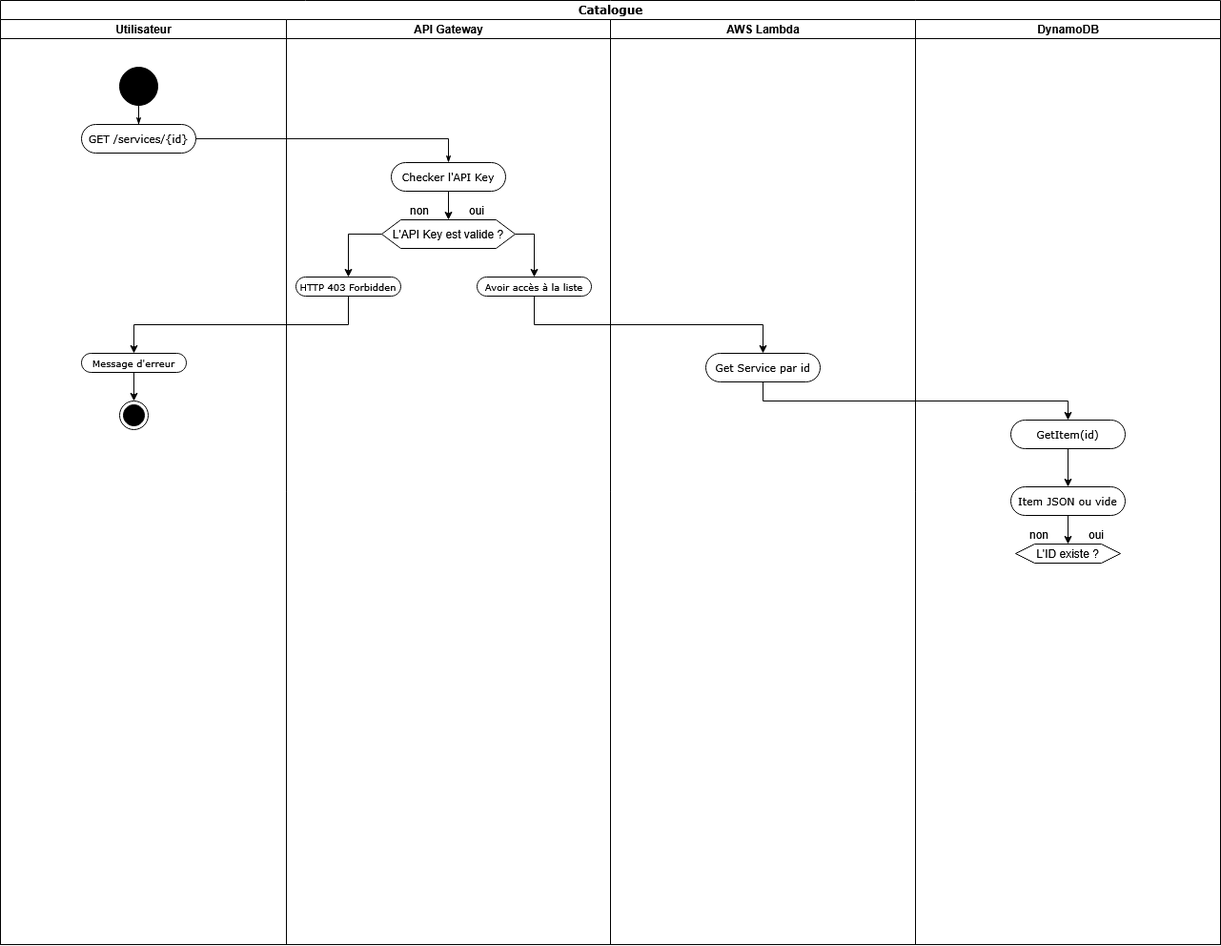
Above: UML_Diagrams/Activity_Diagram.drawio.png in hafsaa22/API_REST_Serverless (draw.io), before the change. Source tidied: cells renumbered, new cells last; positions are measured from the earlier drawing's top-left corner, leaving out a move shared by most shapes. The source it was exported from:
```xml
<mxGraphModel>
  <root>
    <mxCell id="0" />
    <mxCell id="1" parent="0" />
    <mxCell id="2" value="Catalogue" style="swimlane;html=1;startSize=20;rounded=0;shadow=0;comic=0;labelBackgroundColor=none;strokeWidth=1;fontFamily=Verdana;fontSize=12;align=center;" parent="1" vertex="1">
      <mxGeometry width="1280" height="990" as="geometry" />
    </mxCell>
    <mxCell id="3" value="Utilisateur" style="swimlane;html=1;startSize=20;" parent="2" vertex="1">
      <mxGeometry y="20" width="300" height="970" as="geometry" />
    </mxCell>
    <mxCell id="4" style="ellipse;whiteSpace=wrap;html=1;rounded=0;shadow=0;comic=0;labelBackgroundColor=none;strokeWidth=1;fillColor=#000000;fontFamily=Verdana;fontSize=12;align=center;" parent="3" vertex="1">
      <mxGeometry x="125" y="50" width="40" height="40" as="geometry" />
    </mxCell>
    <mxCell id="5" value="GET /services/{id}" style="rounded=1;whiteSpace=wrap;html=1;shadow=0;comic=0;labelBackgroundColor=none;strokeWidth=1;fontFamily=Verdana;fontSize=11;align=center;arcSize=50;" parent="3" vertex="1">
      <mxGeometry x="85" y="110" width="120" height="30" as="geometry" />
    </mxCell>
    <mxCell id="6" style="edgeStyle=orthogonalEdgeStyle;rounded=0;html=1;labelBackgroundColor=none;startArrow=none;startFill=0;startSize=5;endArrow=classicThin;endFill=1;endSize=5;jettySize=auto;strokeWidth=1;fontFamily=Verdana;fontSize=12;" parent="3" edge="1" source="4" target="5">
      <mxGeometry relative="1" as="geometry" />
    </mxCell>
    <mxCell id="7" style="edgeStyle=orthogonalEdgeStyle;rounded=0;jettySize=auto;html=1;exitX=0.5;exitY=1;exitDx=0;exitDy=0;entryX=0.5;entryY=0;entryDx=0;entryDy=0;" parent="3" edge="1" source="8" target="9">
      <mxGeometry relative="1" as="geometry" />
    </mxCell>
    <mxCell id="8" value="Message d'erreur" style="rounded=1;whiteSpace=wrap;html=1;shadow=0;comic=0;labelBackgroundColor=none;strokeWidth=1;fontFamily=Verdana;fontSize=10;align=center;arcSize=50;" parent="3" vertex="1">
      <mxGeometry x="85" y="350" width="110" height="20" as="geometry" />
    </mxCell>
    <mxCell id="9" style="ellipse;html=1;shape=endState;fillColor=#000000;strokeColor=#000000;" parent="3" vertex="1">
      <mxGeometry x="125" y="400" width="30" height="30" as="geometry" />
    </mxCell>
    <mxCell id="10" value="API Gateway" style="swimlane;html=1;startSize=20;" parent="2" vertex="1">
      <mxGeometry x="300" y="20" width="340" height="970" as="geometry" />
    </mxCell>
    <mxCell id="11" style="edgeStyle=orthogonalEdgeStyle;rounded=0;jettySize=auto;html=1;exitX=0.5;exitY=1;exitDx=0;exitDy=0;entryX=0.5;entryY=0;entryDx=0;entryDy=0;" parent="10" edge="1" source="12" target="15">
      <mxGeometry relative="1" as="geometry" />
    </mxCell>
    <mxCell id="12" value="Checker l'API Key" style="rounded=1;whiteSpace=wrap;html=1;shadow=0;comic=0;labelBackgroundColor=none;strokeWidth=1;fontFamily=Verdana;fontSize=11;align=center;arcSize=50;" parent="10" vertex="1">
      <mxGeometry x="110" y="150" width="120" height="30" as="geometry" />
    </mxCell>
    <mxCell id="13" style="edgeStyle=orthogonalEdgeStyle;rounded=0;jettySize=auto;html=1;exitX=0;exitY=0.5;exitDx=0;exitDy=0;entryX=0.5;entryY=0;entryDx=0;entryDy=0;" parent="10" edge="1" source="15" target="18">
      <mxGeometry relative="1" as="geometry">
        <Array as="points">
          <mxPoint x="65" y="225" />
        </Array>
      </mxGeometry>
    </mxCell>
    <mxCell id="14" style="edgeStyle=orthogonalEdgeStyle;rounded=0;jettySize=auto;html=1;exitX=1;exitY=0.5;exitDx=0;exitDy=0;entryX=0.5;entryY=0;entryDx=0;entryDy=0;" parent="10" edge="1" source="15" target="19">
      <mxGeometry relative="1" as="geometry" />
    </mxCell>
    <mxCell id="15" value="L'API Key est valide ?" style="shape=hexagon;perimeter=hexagonPerimeter2;whiteSpace=wrap;html=1;fixedSize=1;" parent="10" vertex="1">
      <mxGeometry x="100" y="210" width="140" height="30" as="geometry" />
    </mxCell>
    <mxCell id="16" value="non" style="text;html=1;whiteSpace=wrap;strokeColor=none;fillColor=none;align=center;verticalAlign=middle;rounded=0;" parent="10" vertex="1">
      <mxGeometry x="120" y="190" width="40" height="20" as="geometry" />
    </mxCell>
    <mxCell id="17" value="oui" style="text;html=1;whiteSpace=wrap;strokeColor=none;fillColor=none;align=center;verticalAlign=middle;rounded=0;" parent="10" vertex="1">
      <mxGeometry x="180" y="190" width="40" height="20" as="geometry" />
    </mxCell>
    <mxCell id="18" value="HTTP 403 Forbidden" style="rounded=1;whiteSpace=wrap;html=1;shadow=0;comic=0;labelBackgroundColor=none;strokeWidth=1;fontFamily=Verdana;fontSize=10;align=center;arcSize=50;" parent="10" vertex="1">
      <mxGeometry x="10" y="270" width="110" height="20" as="geometry" />
    </mxCell>
    <mxCell id="19" value="Avoir accès à la liste" style="rounded=1;whiteSpace=wrap;html=1;shadow=0;comic=0;labelBackgroundColor=none;strokeWidth=1;fontFamily=Verdana;fontSize=10;align=center;arcSize=50;" parent="10" vertex="1">
      <mxGeometry x="200" y="270" width="120" height="20" as="geometry" />
    </mxCell>
    <mxCell id="20" style="edgeStyle=orthogonalEdgeStyle;rounded=0;html=1;labelBackgroundColor=none;startArrow=none;startFill=0;startSize=5;endArrow=classicThin;endFill=1;endSize=5;jettySize=auto;strokeWidth=1;fontFamily=Verdana;fontSize=12;entryX=0.5;entryY=0;entryDx=0;entryDy=0;" parent="2" edge="1" source="5" target="12">
      <mxGeometry relative="1" as="geometry">
        <Array as="points">
          <mxPoint x="470" y="145" />
        </Array>
      </mxGeometry>
    </mxCell>
    <mxCell id="21" value="AWS Lambda" style="swimlane;html=1;startSize=20;" parent="2" vertex="1">
      <mxGeometry x="640" y="20" width="320" height="970" as="geometry" />
    </mxCell>
    <mxCell id="22" value="Get Service par id" style="rounded=1;whiteSpace=wrap;html=1;shadow=0;comic=0;labelBackgroundColor=none;strokeWidth=1;fontFamily=Verdana;fontSize=11;align=center;arcSize=50;" parent="21" vertex="1">
      <mxGeometry x="100" y="350" width="120" height="30" as="geometry" />
    </mxCell>
    <mxCell id="23" value="DynamoDB" style="swimlane;html=1;startSize=20;" parent="2" vertex="1">
      <mxGeometry x="960" y="20" width="320" height="970" as="geometry" />
    </mxCell>
    <mxCell id="24" style="edgeStyle=orthogonalEdgeStyle;rounded=0;jettySize=auto;html=1;exitX=0.5;exitY=1;exitDx=0;exitDy=0;entryX=0.5;entryY=0;entryDx=0;entryDy=0;" parent="23" edge="1" source="25" target="27">
      <mxGeometry relative="1" as="geometry" />
    </mxCell>
    <mxCell id="25" value="GetItem(id)" style="rounded=1;whiteSpace=wrap;html=1;shadow=0;comic=0;labelBackgroundColor=none;strokeWidth=1;fontFamily=Verdana;fontSize=11;align=center;arcSize=50;" parent="23" vertex="1">
      <mxGeometry x="100" y="420" width="120" height="30" as="geometry" />
    </mxCell>
    <mxCell id="26" style="edgeStyle=orthogonalEdgeStyle;rounded=0;jettySize=auto;html=1;exitX=0.5;exitY=1;exitDx=0;exitDy=0;entryX=0.5;entryY=0;entryDx=0;entryDy=0;" parent="23" edge="1" source="27" target="28">
      <mxGeometry relative="1" as="geometry" />
    </mxCell>
    <mxCell id="27" value="Item JSON ou vide" style="rounded=1;whiteSpace=wrap;html=1;shadow=0;comic=0;labelBackgroundColor=none;strokeWidth=1;fontFamily=Verdana;fontSize=11;align=center;arcSize=50;" parent="23" vertex="1">
      <mxGeometry x="100" y="490" width="120" height="30" as="geometry" />
    </mxCell>
    <mxCell id="28" value="L'ID existe ?" style="shape=hexagon;perimeter=hexagonPerimeter2;whiteSpace=wrap;html=1;fixedSize=1;" parent="23" vertex="1">
      <mxGeometry x="105" y="550" width="110" height="20" as="geometry" />
    </mxCell>
    <mxCell id="29" value="non" style="text;html=1;whiteSpace=wrap;strokeColor=none;fillColor=none;align=center;verticalAlign=middle;rounded=0;" parent="23" vertex="1">
      <mxGeometry x="110" y="530" width="40" height="20" as="geometry" />
    </mxCell>
    <mxCell id="30" value="oui" style="text;html=1;whiteSpace=wrap;strokeColor=none;fillColor=none;align=center;verticalAlign=middle;rounded=0;" parent="23" vertex="1">
      <mxGeometry x="170" y="530" width="40" height="20" as="geometry" />
    </mxCell>
    <mxCell id="31" style="edgeStyle=orthogonalEdgeStyle;rounded=0;jettySize=auto;html=1;exitX=0.5;exitY=1;exitDx=0;exitDy=0;entryX=0.5;entryY=0;entryDx=0;entryDy=0;" parent="2" edge="1" source="18" target="8">
      <mxGeometry relative="1" as="geometry" />
    </mxCell>
    <mxCell id="32" style="edgeStyle=orthogonalEdgeStyle;rounded=0;jettySize=auto;html=1;exitX=0.5;exitY=1;exitDx=0;exitDy=0;entryX=0.5;entryY=0;entryDx=0;entryDy=0;" parent="2" edge="1" source="19" target="22">
      <mxGeometry relative="1" as="geometry" />
    </mxCell>
    <mxCell id="33" style="edgeStyle=orthogonalEdgeStyle;rounded=0;jettySize=auto;html=1;exitX=0.5;exitY=1;exitDx=0;exitDy=0;entryX=0.5;entryY=0;entryDx=0;entryDy=0;" parent="2" edge="1" source="22" target="25">
      <mxGeometry relative="1" as="geometry" />
    </mxCell>
  </root>
</mxGraphModel>
```
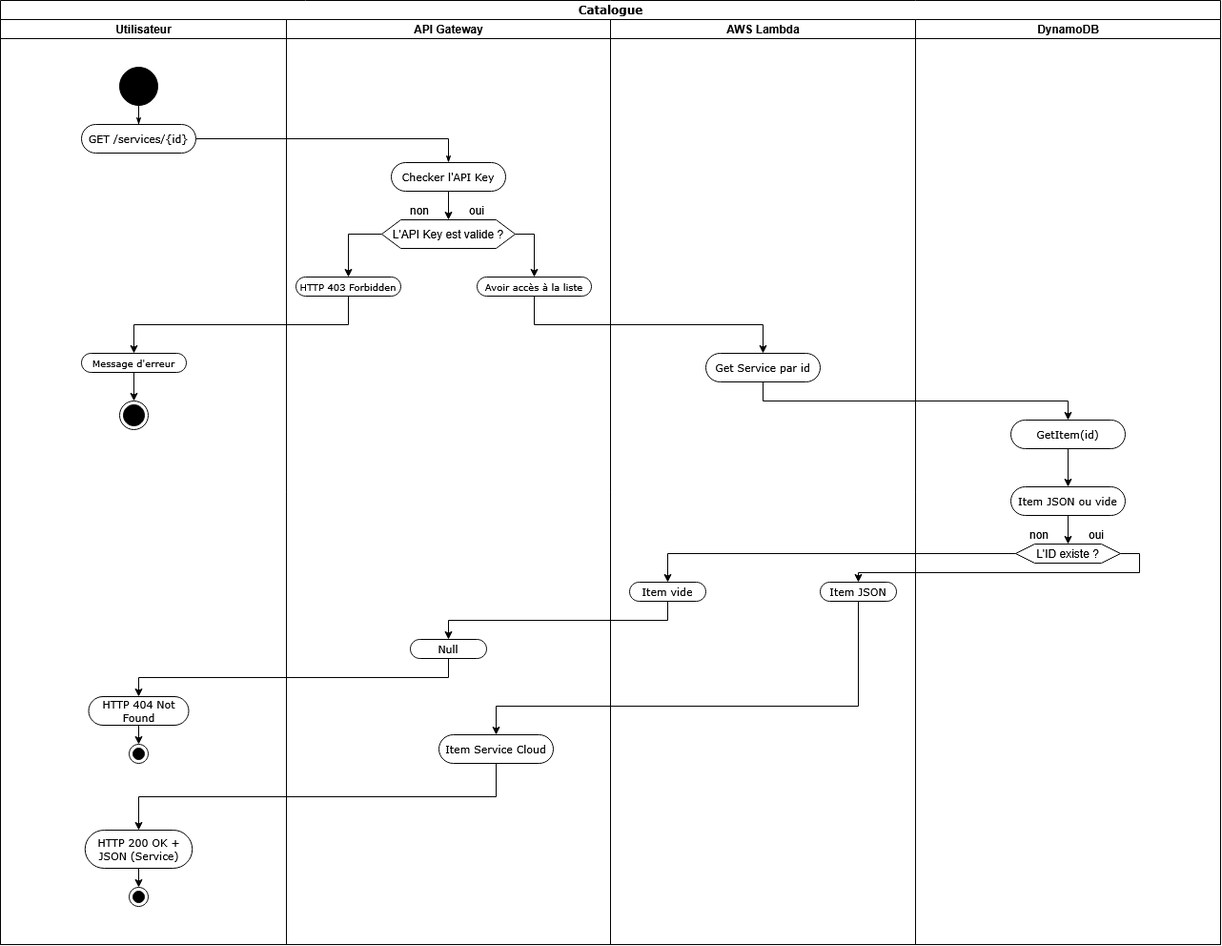
After the change.

Commit message:
Diagramme activité Done

The edit, as a diff of the source:
```diff
@@ -26,6 +26,24 @@
     <mxCell id="9" style="ellipse;html=1;shape=endState;fillColor=#000000;strokeColor=#000000;" parent="3" vertex="1">
       <mxGeometry x="125" y="400" width="30" height="30" as="geometry" />
     </mxCell>
+    <mxCell id="34" style="edgeStyle=orthogonalEdgeStyle;rounded=0;jettySize=auto;html=1;exitX=0.5;exitY=1;exitDx=0;exitDy=0;entryX=0.5;entryY=0;entryDx=0;entryDy=0;" parent="3" edge="1" source="35" target="38">
+      <mxGeometry relative="1" as="geometry" />
+    </mxCell>
+    <mxCell id="35" value="HTTP 404 Not Found" style="rounded=1;whiteSpace=wrap;html=1;shadow=0;comic=0;labelBackgroundColor=none;strokeWidth=1;fontFamily=Verdana;fontSize=11;align=center;arcSize=50;" parent="3" vertex="1">
+      <mxGeometry x="92.5" y="710" width="105" height="30" as="geometry" />
+    </mxCell>
+    <mxCell id="36" style="edgeStyle=orthogonalEdgeStyle;rounded=0;jettySize=auto;html=1;exitX=0.5;exitY=1;exitDx=0;exitDy=0;entryX=0.5;entryY=0;entryDx=0;entryDy=0;" parent="3" edge="1" source="37" target="39">
+      <mxGeometry relative="1" as="geometry" />
+    </mxCell>
+    <mxCell id="37" value="HTTP 200 OK + JSON (Service)" style="rounded=1;whiteSpace=wrap;html=1;shadow=0;comic=0;labelBackgroundColor=none;strokeWidth=1;fontFamily=Verdana;fontSize=11;align=center;arcSize=50;" parent="3" vertex="1">
+      <mxGeometry x="88.8" y="850" width="112.5" height="40" as="geometry" />
+    </mxCell>
+    <mxCell id="38" style="ellipse;html=1;shape=endState;fillColor=#000000;strokeColor=#000000;" parent="3" vertex="1">
+      <mxGeometry x="135" y="760" width="20" height="20" as="geometry" />
+    </mxCell>
+    <mxCell id="39" style="ellipse;html=1;shape=endState;fillColor=#000000;strokeColor=#000000;" parent="3" vertex="1">
+      <mxGeometry x="135" y="910" width="20" height="20" as="geometry" />
+    </mxCell>
     <mxCell id="10" value="API Gateway" style="swimlane;html=1;startSize=20;" parent="2" vertex="1">
       <mxGeometry x="300" y="20" width="340" height="970" as="geometry" />
     </mxCell>
@@ -60,6 +78,12 @@
     <mxCell id="19" value="Avoir accès à la liste" style="rounded=1;whiteSpace=wrap;html=1;shadow=0;comic=0;labelBackgroundColor=none;strokeWidth=1;fontFamily=Verdana;fontSize=10;align=center;arcSize=50;" parent="10" vertex="1">
       <mxGeometry x="200" y="270" width="120" height="20" as="geometry" />
     </mxCell>
+    <mxCell id="40" value="Null" style="rounded=1;whiteSpace=wrap;html=1;shadow=0;comic=0;labelBackgroundColor=none;strokeWidth=1;fontFamily=Verdana;fontSize=11;align=center;arcSize=50;" parent="10" vertex="1">
+      <mxGeometry x="130" y="650" width="80" height="20" as="geometry" />
+    </mxCell>
+    <mxCell id="41" value="Item Service Cloud" style="rounded=1;whiteSpace=wrap;html=1;shadow=0;comic=0;labelBackgroundColor=none;strokeWidth=1;fontFamily=Verdana;fontSize=11;align=center;arcSize=50;" parent="10" vertex="1">
+      <mxGeometry x="160" y="750" width="120" height="30" as="geometry" />
+    </mxCell>
     <mxCell id="20" style="edgeStyle=orthogonalEdgeStyle;rounded=0;html=1;labelBackgroundColor=none;startArrow=none;startFill=0;startSize=5;endArrow=classicThin;endFill=1;endSize=5;jettySize=auto;strokeWidth=1;fontFamily=Verdana;fontSize=12;entryX=0.5;entryY=0;entryDx=0;entryDy=0;" parent="2" edge="1" source="5" target="12">
       <mxGeometry relative="1" as="geometry">
         <Array as="points">
@@ -73,6 +97,12 @@
     <mxCell id="22" value="Get Service par id" style="rounded=1;whiteSpace=wrap;html=1;shadow=0;comic=0;labelBackgroundColor=none;strokeWidth=1;fontFamily=Verdana;fontSize=11;align=center;arcSize=50;" parent="21" vertex="1">
       <mxGeometry x="100" y="350" width="120" height="30" as="geometry" />
     </mxCell>
+    <mxCell id="42" value="Item vide" style="rounded=1;whiteSpace=wrap;html=1;shadow=0;comic=0;labelBackgroundColor=none;strokeWidth=1;fontFamily=Verdana;fontSize=11;align=center;arcSize=50;" parent="21" vertex="1">
+      <mxGeometry x="20" y="590" width="80" height="20" as="geometry" />
+    </mxCell>
+    <mxCell id="43" value="Item JSON" style="rounded=1;whiteSpace=wrap;html=1;shadow=0;comic=0;labelBackgroundColor=none;strokeWidth=1;fontFamily=Verdana;fontSize=11;align=center;arcSize=50;" parent="21" vertex="1">
+      <mxGeometry x="220" y="590" width="80" height="20" as="geometry" />
+    </mxCell>
     <mxCell id="23" value="DynamoDB" style="swimlane;html=1;startSize=20;" parent="2" vertex="1">
       <mxGeometry x="960" y="20" width="320" height="970" as="geometry" />
     </mxCell>
@@ -106,5 +136,34 @@
     <mxCell id="33" style="edgeStyle=orthogonalEdgeStyle;rounded=0;jettySize=auto;html=1;exitX=0.5;exitY=1;exitDx=0;exitDy=0;entryX=0.5;entryY=0;entryDx=0;entryDy=0;" parent="2" edge="1" source="22" target="25">
       <mxGeometry relative="1" as="geometry" />
     </mxCell>
+    <mxCell id="44" style="edgeStyle=orthogonalEdgeStyle;rounded=0;jettySize=auto;html=1;exitX=0;exitY=0.5;exitDx=0;exitDy=0;entryX=0.5;entryY=0;entryDx=0;entryDy=0;" parent="2" edge="1" source="28" target="42">
+      <mxGeometry relative="1" as="geometry" />
+    </mxCell>
+    <mxCell id="45" style="edgeStyle=orthogonalEdgeStyle;rounded=0;jettySize=auto;html=1;exitX=0.5;exitY=1;exitDx=0;exitDy=0;entryX=0.5;entryY=0;entryDx=0;entryDy=0;" parent="2" edge="1" source="42" target="40">
+      <mxGeometry relative="1" as="geometry" />
+    </mxCell>
+    <mxCell id="46" style="edgeStyle=orthogonalEdgeStyle;rounded=0;jettySize=auto;html=1;exitX=0.5;exitY=1;exitDx=0;exitDy=0;entryX=0.5;entryY=0;entryDx=0;entryDy=0;" parent="2" edge="1" source="40" target="35">
+      <mxGeometry relative="1" as="geometry" />
+    </mxCell>
+    <mxCell id="47" style="edgeStyle=orthogonalEdgeStyle;rounded=0;jettySize=auto;html=1;exitX=1;exitY=0.5;exitDx=0;exitDy=0;entryX=0.5;entryY=0;entryDx=0;entryDy=0;" parent="2" edge="1" source="28" target="43">
+      <mxGeometry relative="1" as="geometry">
+        <Array as="points">
+          <mxPoint x="1195" y="580" />
+          <mxPoint x="1195" y="600" />
+          <mxPoint x="900" y="600" />
+        </Array>
+      </mxGeometry>
+    </mxCell>
+    <mxCell id="48" style="edgeStyle=orthogonalEdgeStyle;rounded=0;jettySize=auto;html=1;exitX=0.5;exitY=1;exitDx=0;exitDy=0;entryX=0.5;entryY=0;entryDx=0;entryDy=0;" parent="2" edge="1" source="43" target="41">
+      <mxGeometry relative="1" as="geometry">
+        <Array as="points">
+          <mxPoint x="900" y="740" />
+          <mxPoint x="520" y="740" />
+        </Array>
+      </mxGeometry>
+    </mxCell>
+    <mxCell id="49" style="edgeStyle=orthogonalEdgeStyle;rounded=0;jettySize=auto;html=1;exitX=0.5;exitY=1;exitDx=0;exitDy=0;entryX=0.5;entryY=0;entryDx=0;entryDy=0;" parent="2" edge="1" source="41" target="37">
+      <mxGeometry relative="1" as="geometry" />
+    </mxCell>
   </root>
 </mxGraphModel>
```
